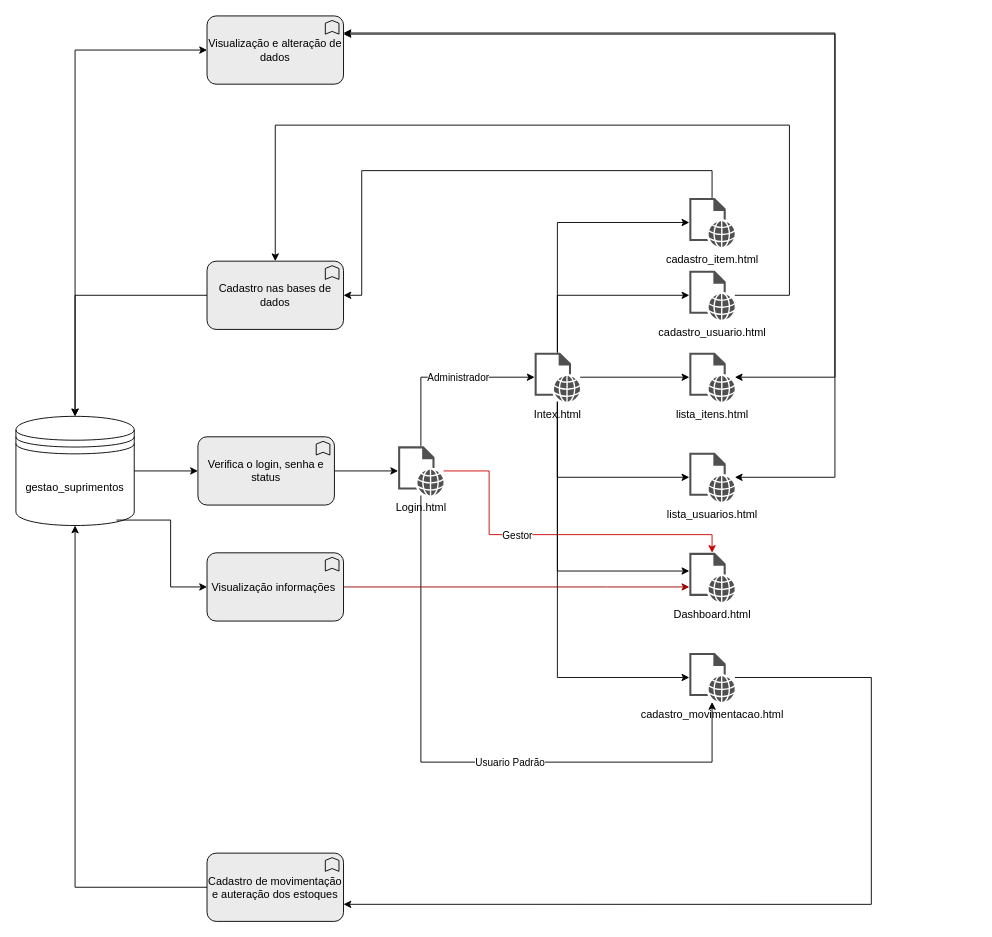
Before: page "Paginas" (7 of 7) of TesteSuprimentosC4.drawio in cbana28/Suprimentos, a draw.io diagram. Source tidied: cells renumbered, new cells numbered last; positions are measured from the earlier drawing's top-left corner, leaving out a move shared by most shapes. Both pictures are drawn from the tidied source at 91%, with x=0, y=0 at pixel (15, 15).
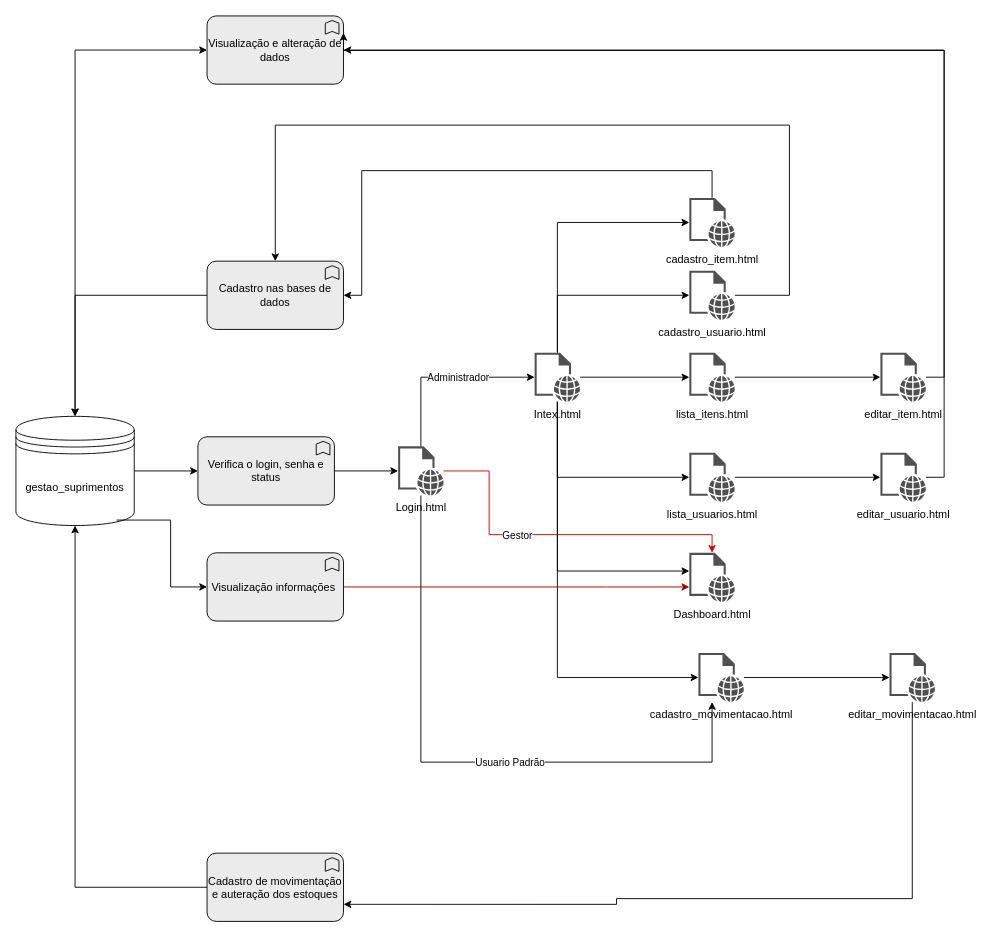
Above is the later version.

The change refers to these unchanged cells:
```xml
<mxCell id="18" value="lista_itens.html&lt;div&gt;&lt;br&gt;&lt;/div&gt;" style="sketch=0;shadow=0;dashed=0;html=1;strokeColor=none;fillColor=#505050;labelPosition=center;verticalLabelPosition=bottom;verticalAlign=top;outlineConnect=0;align=center;shape=mxgraph.office.concepts.web_page;" parent="1" vertex="1">
  <mxGeometry x="740" y="370" width="50" height="54" as="geometry" />
</mxCell>
<mxCell id="20" value="lista_usuarios.html&lt;div&gt;&lt;br&gt;&lt;/div&gt;" style="sketch=0;shadow=0;dashed=0;html=1;strokeColor=none;fillColor=#505050;labelPosition=center;verticalLabelPosition=bottom;verticalAlign=top;outlineConnect=0;align=center;shape=mxgraph.office.concepts.web_page;" parent="1" vertex="1">
  <mxGeometry x="740" y="480" width="50" height="54" as="geometry" />
</mxCell>
<mxCell id="32" value="Visualização e alteração de dados" style="html=1;outlineConnect=0;whiteSpace=wrap;fillColor=#EBEBEB;shape=mxgraph.archimate3.application;appType=func;archiType=rounded;" parent="1" vertex="1">
  <mxGeometry x="210" width="150" height="75" as="geometry" />
</mxCell>
<mxCell id="35" value="Cadastro de movimentação e auteração dos estoques" style="html=1;outlineConnect=0;whiteSpace=wrap;fillColor=#EBEBEB;shape=mxgraph.archimate3.application;appType=func;archiType=rounded;" parent="1" vertex="1">
  <mxGeometry x="210" y="920" width="150" height="75" as="geometry" />
</mxCell>
```

Diff of the diagram source:
```diff
@@
+    <mxCell id="40" style="edgeStyle=orthogonalEdgeStyle;rounded=0;jettySize=auto;html=1;" parent="1" edge="1" source="14" target="45">
+      <mxGeometry relative="1" as="geometry" />
+    </mxCell>
     <mxCell id="14" value="cadastro_movimentacao&lt;span style=&quot;background-color: transparent; color: light-dark(rgb(0, 0, 0), rgb(255, 255, 255));&quot;&gt;.html&lt;/span&gt;&lt;div&gt;&lt;div&gt;&lt;br&gt;&lt;/div&gt;&lt;/div&gt;" style="sketch=0;shadow=0;dashed=0;html=1;strokeColor=none;fillColor=#505050;labelPosition=center;verticalLabelPosition=bottom;verticalAlign=top;outlineConnect=0;align=center;shape=mxgraph.office.concepts.web_page;" parent="1" vertex="1">
-      <mxGeometry x="740" y="700" width="50" height="54" as="geometry" />
+      <mxGeometry x="750" y="700" width="50" height="54" as="geometry" />
     </mxCell>
@@
+    <mxCell id="41" style="edgeStyle=orthogonalEdgeStyle;rounded=0;jettySize=auto;html=1;" parent="1" edge="1" source="18" target="43">
+      <mxGeometry relative="1" as="geometry" />
+    </mxCell>
@@
-    <mxCell id="19" style="edgeStyle=orthogonalEdgeStyle;rounded=0;jettySize=auto;html=1;startArrow=classic;startFill=1;" parent="1" edge="1" source="20" target="32">
-      <mxGeometry relative="1" as="geometry">
-        <Array as="points">
-          <mxPoint x="900" y="507" />
-          <mxPoint x="900" y="20" />
-        </Array>
-      </mxGeometry>
-    </mxCell>
+    <mxCell id="42" style="edgeStyle=orthogonalEdgeStyle;rounded=0;jettySize=auto;html=1;" parent="1" edge="1" source="20" target="44">
+      <mxGeometry relative="1" as="geometry" />
+    </mxCell>
@@
-    <mxCell id="33" style="edgeStyle=orthogonalEdgeStyle;rounded=0;jettySize=auto;html=1;entryX=1;entryY=0.25;entryDx=0;entryDy=0;entryPerimeter=0;startArrow=classic;startFill=1;" parent="1" edge="1" source="18" target="32">
-      <mxGeometry relative="1" as="geometry">
-        <Array as="points">
-          <mxPoint x="900" y="397" />
-          <mxPoint x="900" y="19" />
-        </Array>
-      </mxGeometry>
-    </mxCell>
@@
-    <mxCell id="36" style="edgeStyle=orthogonalEdgeStyle;rounded=0;jettySize=auto;html=1;entryX=1;entryY=0.75;entryDx=0;entryDy=0;entryPerimeter=0;" parent="1" edge="1" source="14" target="35">
-      <mxGeometry relative="1" as="geometry">
-        <Array as="points">
-          <mxPoint x="940" y="727" />
-          <mxPoint x="940" y="976" />
-        </Array>
-      </mxGeometry>
-    </mxCell>
@@
+    <mxCell id="43" value="editar_item.html&lt;div&gt;&lt;br&gt;&lt;/div&gt;" style="sketch=0;shadow=0;dashed=0;html=1;strokeColor=none;fillColor=#505050;labelPosition=center;verticalLabelPosition=bottom;verticalAlign=top;outlineConnect=0;align=center;shape=mxgraph.office.concepts.web_page;" parent="1" vertex="1">
+      <mxGeometry x="950" y="370" width="50" height="54" as="geometry" />
+    </mxCell>
+    <mxCell id="44" value="editar_usuario.html&lt;div&gt;&lt;br&gt;&lt;/div&gt;" style="sketch=0;shadow=0;dashed=0;html=1;strokeColor=none;fillColor=#505050;labelPosition=center;verticalLabelPosition=bottom;verticalAlign=top;outlineConnect=0;align=center;shape=mxgraph.office.concepts.web_page;" parent="1" vertex="1">
+      <mxGeometry x="950" y="480" width="50" height="54" as="geometry" />
+    </mxCell>
+    <mxCell id="45" value="editar_movimentacao.html&lt;div&gt;&lt;br&gt;&lt;/div&gt;" style="sketch=0;shadow=0;dashed=0;html=1;strokeColor=none;fillColor=#505050;labelPosition=center;verticalLabelPosition=bottom;verticalAlign=top;outlineConnect=0;align=center;shape=mxgraph.office.concepts.web_page;" parent="1" vertex="1">
+      <mxGeometry x="960" y="700" width="50" height="54" as="geometry" />
+    </mxCell>
+    <mxCell id="46" style="edgeStyle=orthogonalEdgeStyle;rounded=0;jettySize=auto;html=1;entryX=1;entryY=0.75;entryDx=0;entryDy=0;entryPerimeter=0;" parent="1" edge="1" source="45" target="35">
+      <mxGeometry relative="1" as="geometry">
+        <Array as="points">
+          <mxPoint x="985" y="970" />
+          <mxPoint x="660" y="970" />
+          <mxPoint x="660" y="976" />
+        </Array>
+      </mxGeometry>
+    </mxCell>
+    <mxCell id="47" style="edgeStyle=orthogonalEdgeStyle;rounded=0;jettySize=auto;html=1;entryX=1;entryY=0.5;entryDx=0;entryDy=0;entryPerimeter=0;" parent="1" edge="1" source="43" target="32">
+      <mxGeometry relative="1" as="geometry">
+        <Array as="points">
+          <mxPoint x="1020" y="397" />
+          <mxPoint x="1020" y="38" />
+        </Array>
+      </mxGeometry>
+    </mxCell>
+    <mxCell id="48" style="edgeStyle=orthogonalEdgeStyle;rounded=0;jettySize=auto;html=1;entryX=1;entryY=0.25;entryDx=0;entryDy=0;entryPerimeter=0;" parent="1" edge="1" source="44" target="32">
+      <mxGeometry relative="1" as="geometry">
+        <Array as="points">
+          <mxPoint x="1020" y="507" />
+          <mxPoint x="1020" y="38" />
+          <mxPoint x="360" y="38" />
+        </Array>
+      </mxGeometry>
+    </mxCell>
```
